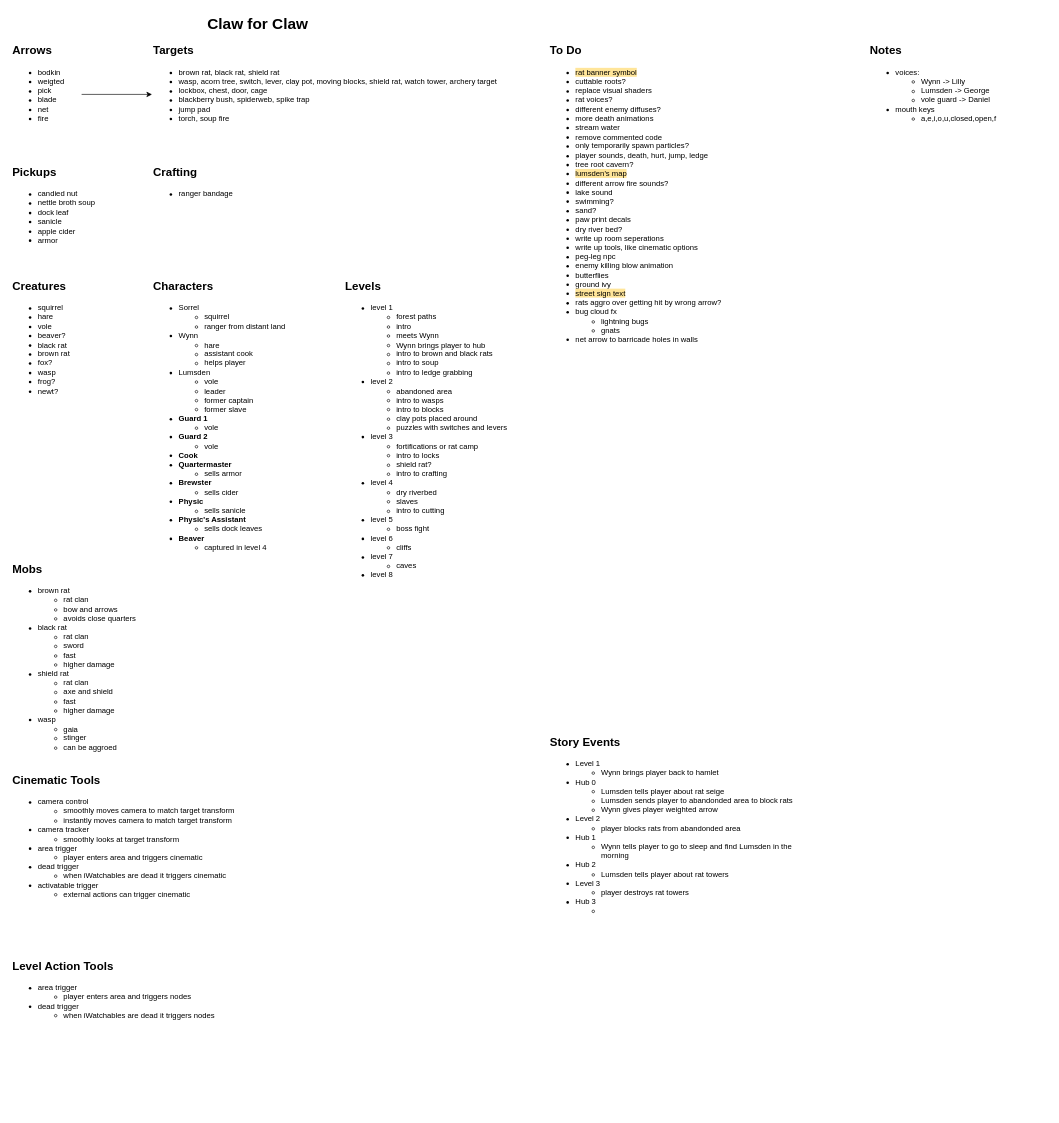
Before: Planning/design-doc.drawio in camerondedore/Godot-Project-3, a draw.io diagram. Source tidied: cells renumbered, new cells numbered last; positions are measured from the earlier drawing's top-left corner, leaving out a move shared by most shapes. Both pictures are drawn from the tidied source at 64%, with x=0, y=0 at pixel (11, 11).
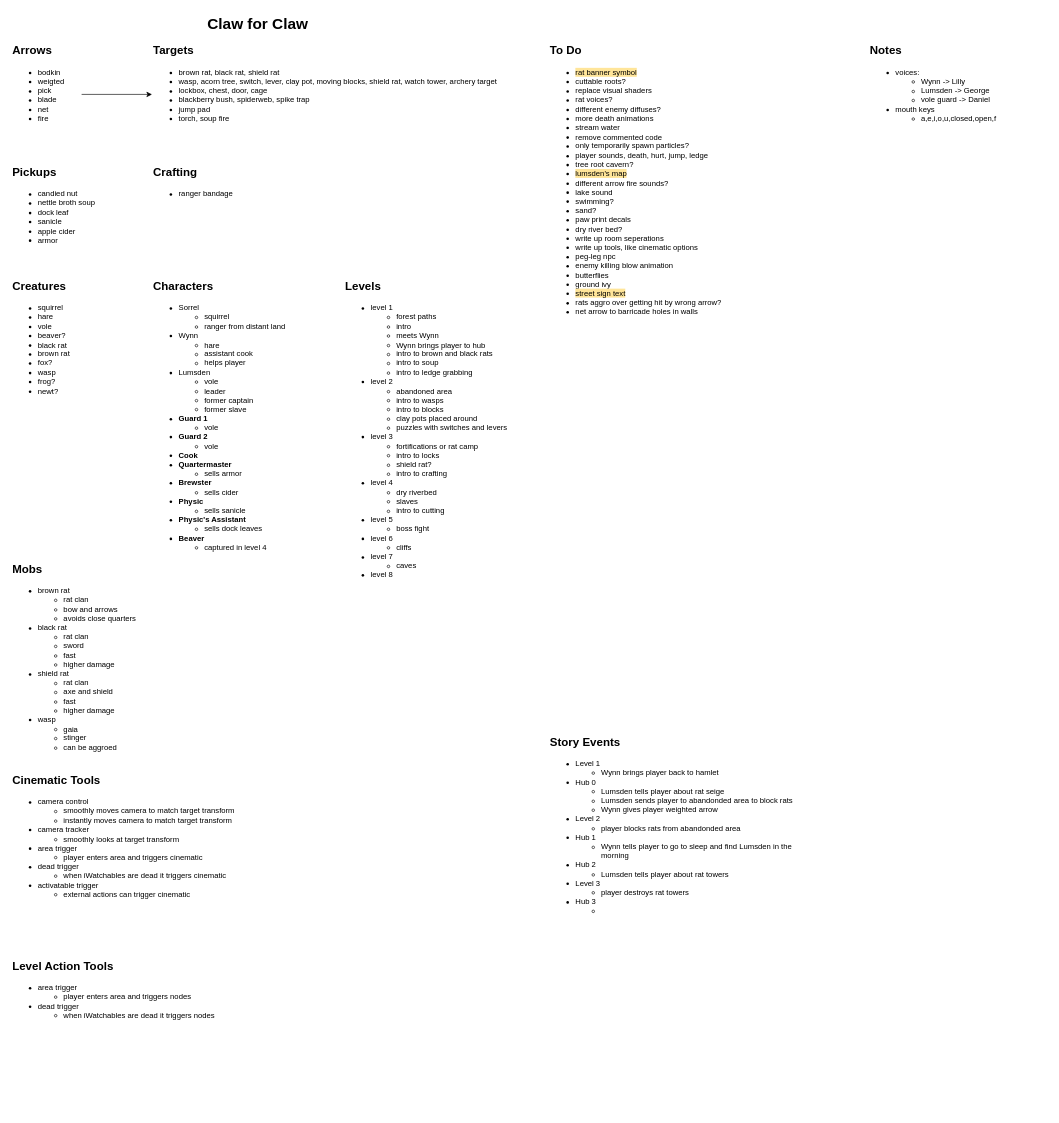
Above is the later version.

Diff of the diagram source:
```diff
@@
-    <mxCell id="19" value="&lt;ul&gt;&lt;li&gt;&lt;span style=&quot;background-color: rgb(255, 229, 153);&quot;&gt;rat banner symbol&lt;/span&gt;&lt;/li&gt;&lt;li&gt;cuttable roots?&lt;/li&gt;&lt;li&gt;replace visual shaders&lt;/li&gt;&lt;li&gt;rat voices?&lt;/li&gt;&lt;li&gt;different enemy diffuses?&lt;/li&gt;&lt;li&gt;more death animations&lt;/li&gt;&lt;li&gt;&lt;span style=&quot;background-color: transparent; color: light-dark(rgb(0, 0, 0), rgb(255, 255, 255));&quot;&gt;stream water&lt;/span&gt;&lt;br&gt;&lt;/li&gt;&lt;li&gt;remove commented code&lt;/li&gt;&lt;li&gt;only temporarily spawn particles?&lt;/li&gt;&lt;li&gt;player sounds, death, hurt, jump, ledge&lt;/li&gt;&lt;li&gt;tree root cavern?&lt;/li&gt;&lt;li&gt;&lt;font style=&quot;color: rgb(0, 0, 0); background-color: rgb(255, 229, 153);&quot;&gt;lumsden's map&lt;/font&gt;&lt;/li&gt;&lt;li&gt;different arrow fire sounds?&lt;/li&gt;&lt;li&gt;lake sound&lt;/li&gt;&lt;li&gt;swimming?&lt;/li&gt;&lt;li&gt;&lt;span&gt;sand&lt;/span&gt;?&lt;/li&gt;&lt;li&gt;paw print decals&lt;/li&gt;&lt;li&gt;dry river bed?&lt;/li&gt;&lt;li&gt;write up room seperations&lt;/li&gt;&lt;li&gt;write up tools, like cinematic options&lt;/li&gt;&lt;li&gt;peg-leg npc&lt;/li&gt;&lt;li&gt;enemy killing blow animation&lt;/li&gt;&lt;li&gt;butterflies&lt;/li&gt;&lt;li&gt;ground ivy&lt;/li&gt;&lt;li&gt;&lt;span style=&quot;background-color: rgb(255, 229, 153);&quot;&gt;street sign text&lt;/span&gt;&lt;/li&gt;&lt;li&gt;&lt;span&gt;rats aggro over getting hit by wrong arrow?&lt;/span&gt;&lt;/li&gt;&lt;li&gt;&lt;span&gt;bug cloud fx&lt;/span&gt;&lt;/li&gt;&lt;ul&gt;&lt;li&gt;&lt;span&gt;lightning bugs&lt;/span&gt;&lt;/li&gt;&lt;li&gt;&lt;span&gt;gnats&lt;/span&gt;&lt;/li&gt;&lt;/ul&gt;&lt;li&gt;net arrow to barricade holes in walls&lt;/li&gt;&lt;/ul&gt;" style="text;html=1;align=left;verticalAlign=top;whiteSpace=wrap;rounded=0;" parent="1" vertex="1">
+    <mxCell id="19" value="&lt;ul&gt;&lt;li&gt;&lt;span style=&quot;background-color: rgb(255, 229, 153);&quot;&gt;rat banner symbol&lt;/span&gt;&lt;/li&gt;&lt;li&gt;cuttable roots?&lt;/li&gt;&lt;li&gt;replace visual shaders&lt;/li&gt;&lt;li&gt;rat voices?&lt;/li&gt;&lt;li&gt;different enemy diffuses?&lt;/li&gt;&lt;li&gt;more death animations&lt;/li&gt;&lt;li&gt;&lt;span style=&quot;background-color: transparent; color: light-dark(rgb(0, 0, 0), rgb(255, 255, 255));&quot;&gt;stream water&lt;/span&gt;&lt;br&gt;&lt;/li&gt;&lt;li&gt;remove commented code&lt;/li&gt;&lt;li&gt;only temporarily spawn particles?&lt;/li&gt;&lt;li&gt;player sounds, death, hurt, jump, ledge&lt;/li&gt;&lt;li&gt;tree root cavern?&lt;/li&gt;&lt;li&gt;&lt;font style=&quot;color: rgb(0, 0, 0); background-color: rgb(255, 229, 153);&quot;&gt;lumsden's map&lt;/font&gt;&lt;/li&gt;&lt;li&gt;different arrow fire sounds?&lt;/li&gt;&lt;li&gt;lake sound&lt;/li&gt;&lt;li&gt;swimming?&lt;/li&gt;&lt;li&gt;&lt;span&gt;sand&lt;/span&gt;?&lt;/li&gt;&lt;li&gt;paw print decals&lt;/li&gt;&lt;li&gt;dry river bed?&lt;/li&gt;&lt;li&gt;write up room seperations&lt;/li&gt;&lt;li&gt;write up tools, like cinematic options&lt;/li&gt;&lt;li&gt;peg-leg npc&lt;/li&gt;&lt;li&gt;enemy killing blow animation&lt;/li&gt;&lt;li&gt;butterflies&lt;/li&gt;&lt;li&gt;ground ivy&lt;/li&gt;&lt;li&gt;&lt;span style=&quot;background-color: rgb(255, 229, 153);&quot;&gt;street sign text&lt;/span&gt;&lt;/li&gt;&lt;li&gt;&lt;span&gt;rats aggro over getting hit by wrong arrow?&lt;/span&gt;&lt;/li&gt;&lt;li&gt;net arrow to barricade holes in walls&lt;/li&gt;&lt;/ul&gt;" style="text;html=1;align=left;verticalAlign=top;whiteSpace=wrap;rounded=0;" parent="1" vertex="1">
       <mxGeometry x="840" y="70" width="280" height="520" as="geometry" />
     </mxCell>
```
